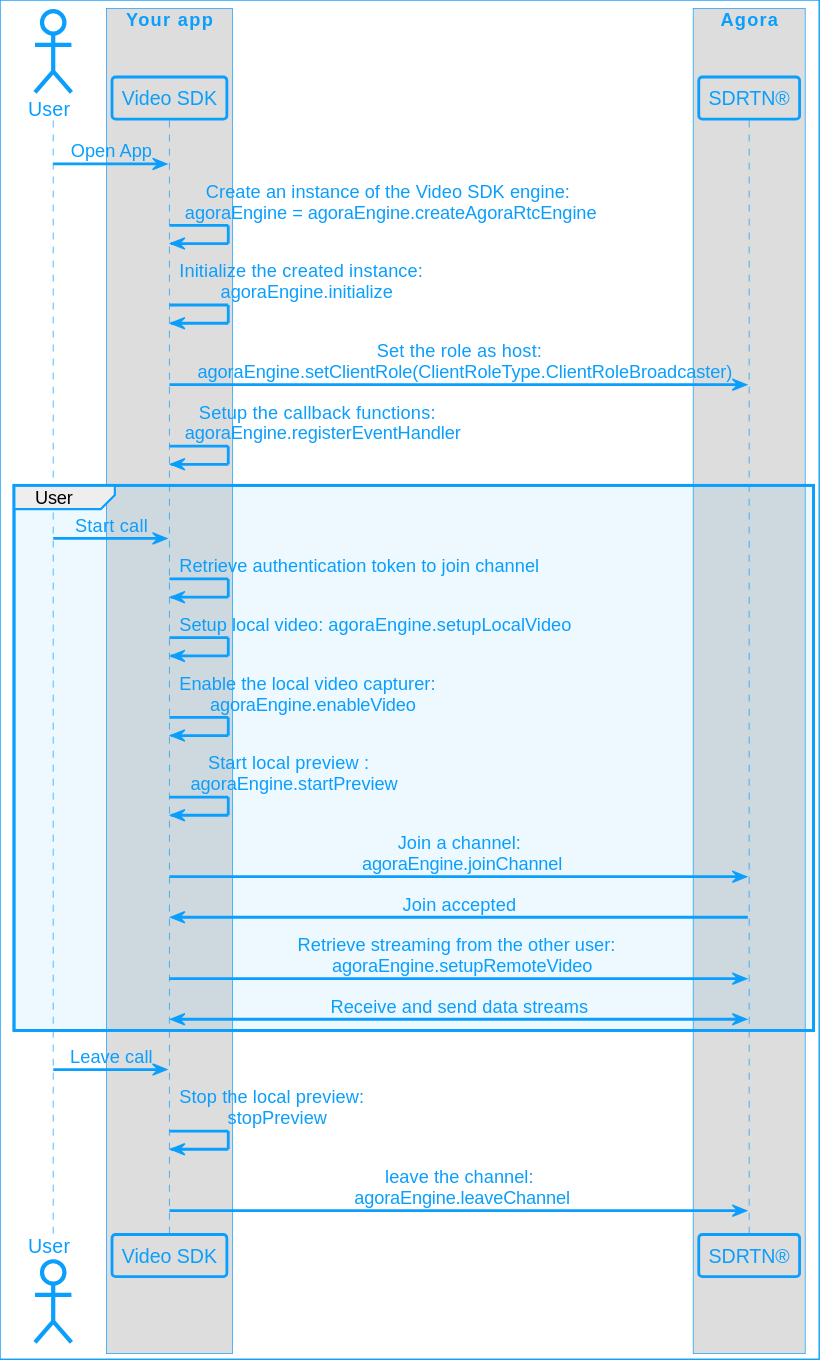
Before: assets/images/rtc-sdk/video-call-logic-electron.svg, a diagram exported from PlantUML (AgoraIO/Docs-Source). Its diagram source:
```plantuml
@startuml
!include agora_skin.iuml

actor "User" as USR

box "Your app"

participant "Video SDK" as APP

end box

box "Agora"

participant "SDRTN®" as API

end box

USR -> APP: Open App
APP -> APP: Create an instance of the Video SDK engine:\n agoraEngine = agoraEngine.createAgoraRtcEngine
APP -> APP: Initialize the created instance: \n agoraEngine.initialize
APP -> API: Set the role as host:\n  agoraEngine.setClientRole(ClientRoleType.ClientRoleBroadcaster)
APP -> APP: Setup the callback functions: \n agoraEngine.registerEventHandler

group User
USR -> APP: Start call
APP->APP: Retrieve authentication token to join channel
APP -> APP: Setup local video: agoraEngine.setupLocalVideo
APP -> APP : Enable the local video capturer: \n agoraEngine.enableVideo
APP -> APP : Start local preview :\n  agoraEngine.startPreview
APP -> API: Join a channel:\n agoraEngine.joinChannel
API -> APP : Join accepted
APP -> API: Retrieve streaming from the other user: \n agoraEngine.setupRemoteVideo
API <-> APP: Receive and send data streams
end
USR -> APP: Leave call
APP -> APP: Stop the local preview: \n stopPreview
APP -> API: leave the channel:\n agoraEngine.leaveChannel
@enduml
```
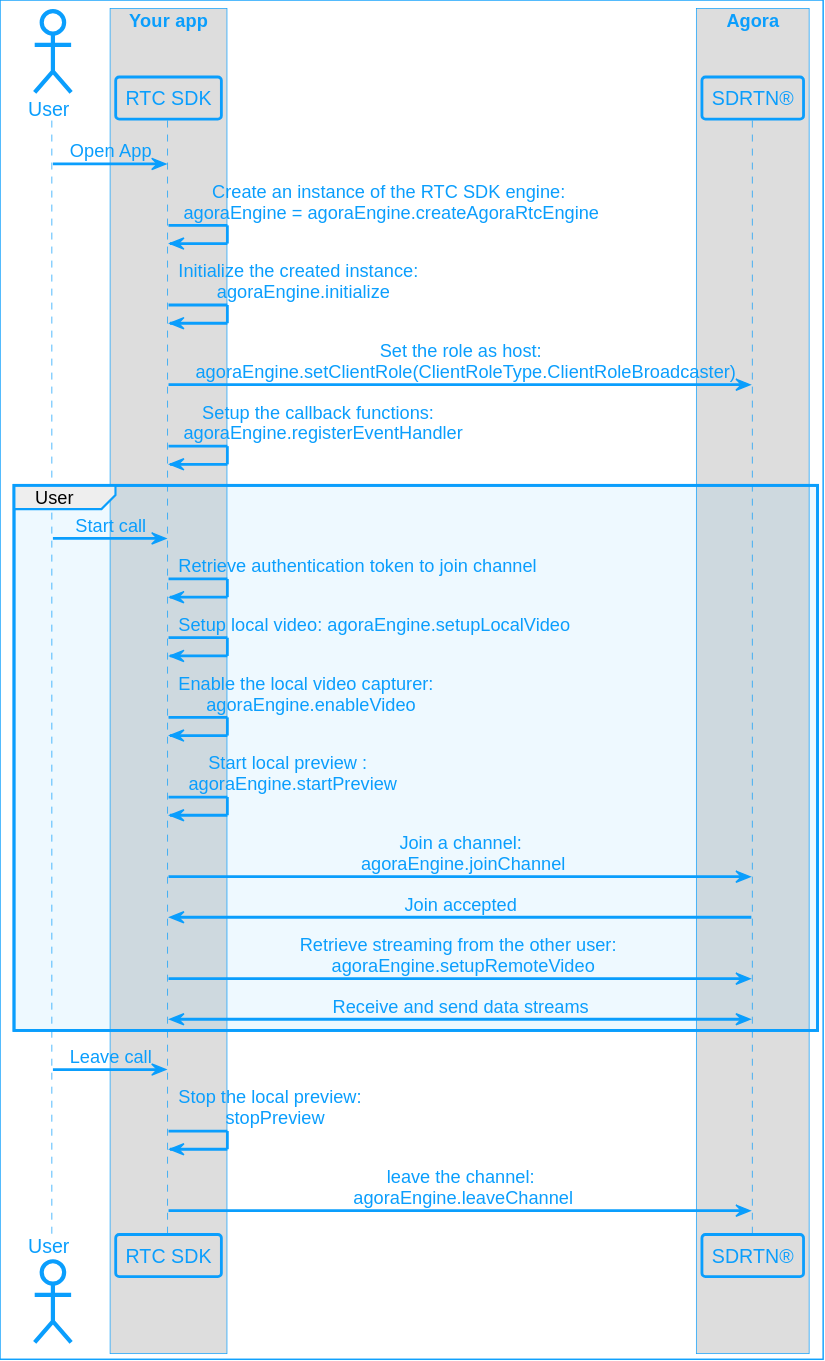
The same diagram one commit later.

Change to the diagram source:
```diff
@@ -5,7 +5,7 @@
 
 box "Your app"
 
-participant "Video SDK" as APP
+participant "RTC SDK" as APP
 
 end box
 
@@ -16,7 +16,7 @@
 end box
 
 USR -> APP: Open App
-APP -> APP: Create an instance of the Video SDK engine:\n agoraEngine = agoraEngine.createAgoraRtcEngine
+APP -> APP: Create an instance of the RTC SDK engine:\n agoraEngine = agoraEngine.createAgoraRtcEngine
 APP -> APP: Initialize the created instance: \n agoraEngine.initialize
 APP -> API: Set the role as host:\n  agoraEngine.setClientRole(ClientRoleType.ClientRoleBroadcaster)
 APP -> APP: Setup the callback functions: \n agoraEngine.registerEventHandler
```
